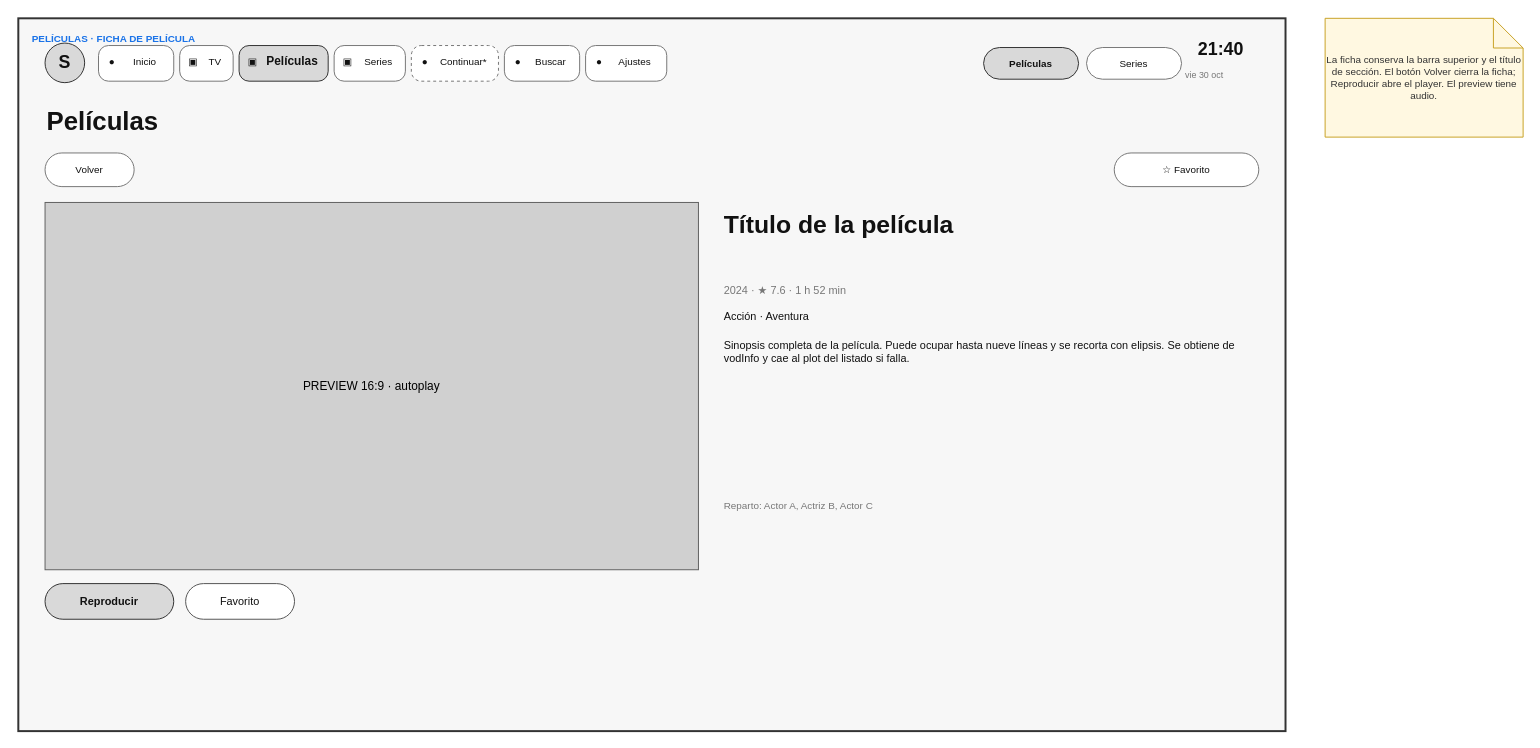
andres3336/streaming keeps this draw.io diagram as page "03 · Películas · ficha" (4 of 5) of design/layouts/PELICULAS.drawio. Above is the earlier version. Source tidied: cells renumbered, new cells numbered last; positions are measured from the earlier drawing's top-left corner, leaving out a move shared by most shapes. Both pictures are drawn from the tidied source at 99%, with x=0, y=0 at pixel (18, 18).
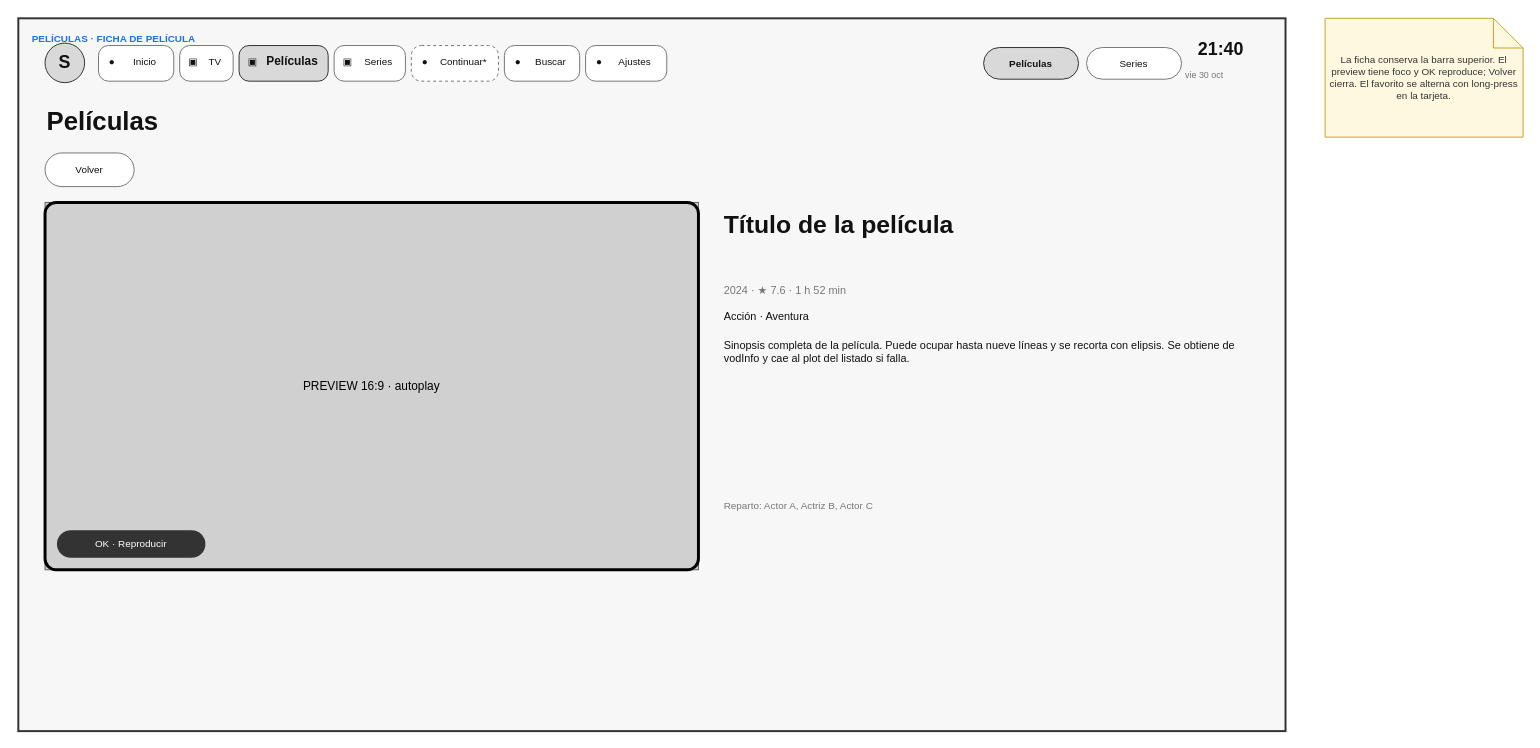
The same page after the edit.

The change refers to these unchanged cells:
```xml
<mxCell id="44" style="group;" parent="4" vertex="1">
  <mxGeometry x="27" y="136" width="1226" height="535" as="geometry" />
</mxCell>
<mxCell id="47" style="group;" parent="44" vertex="1">
  <mxGeometry y="50" width="660" height="485" as="geometry" />
</mxCell>
```

What changed in the source:
```diff
@@
-    <mxCell id="3" parent="0" />
@@
-    <mxCell id="6" value="PELÍCULAS · FICHA DE PELÍCULA" style="text;html=1;whiteSpace=wrap;align=left;verticalAlign=top;fontSize=10;fontStyle=1;fontColor=#1A73E8;fontFamily=Helvetica;" parent="3" vertex="1">
-      <mxGeometry x="12" y="8" width="1256" height="18" as="geometry" />
-    </mxCell>
@@
-    <mxCell id="46" value="☆ Favorito" style="rounded=1;arcSize=50;whiteSpace=wrap;html=1;fillColor=#FFFFFF;strokeColor=#777777;strokeWidth=1;fontSize=10;fontColor=#111111;fontFamily=Helvetica;" parent="44" vertex="1">
-      <mxGeometry x="1080" width="146" height="34" as="geometry" />
-    </mxCell>
@@
-    <mxCell id="49" value="Reproducir" style="rounded=1;arcSize=50;whiteSpace=wrap;html=1;fillColor=#D9D9D9;strokeColor=#333333;strokeWidth=1;fontSize=11;fontColor=#111111;fontFamily=Helvetica;fontStyle=1;" parent="47" vertex="1">
-      <mxGeometry y="385" width="130" height="36" as="geometry" />
-    </mxCell>
-    <mxCell id="50" value="Favorito" style="rounded=1;arcSize=50;whiteSpace=wrap;html=1;fillColor=#FFFFFF;strokeColor=#555555;strokeWidth=1;fontSize=11;fontColor=#111111;fontFamily=Helvetica;" parent="47" vertex="1">
-      <mxGeometry x="142" y="385" width="110" height="36" as="geometry" />
-    </mxCell>
@@
+    <mxCell id="3" parent="0" />
+    <mxCell id="6" value="PELÍCULAS · FICHA DE PELÍCULA" style="text;html=1;whiteSpace=wrap;align=left;verticalAlign=top;fontSize=10;fontStyle=1;fontColor=#1A73E8;fontFamily=Helvetica;" parent="3" vertex="1">
+      <mxGeometry x="12" y="8" width="1256" height="18" as="geometry" />
+    </mxCell>
-    <mxCell id="57" value="La ficha conserva la barra superior y el título de sección. El botón Volver cierra la ficha; Reproducir abre el player. El preview tiene audio." style="shape=note;whiteSpace=wrap;html=1;backgroundOutline=1;fillColor=#FFF8E1;strokeColor=#C9A227;fontSize=10;fontColor=#333333;fontFamily=Helvetica;" parent="3" vertex="1">
+    <mxCell id="57" value="La ficha conserva la barra superior. El preview tiene foco y OK reproduce; Volver cierra. El favorito se alterna con long-press en la tarjeta." style="shape=note;whiteSpace=wrap;html=1;backgroundOutline=1;fillColor=#FFF8E1;strokeColor=#C9A227;fontSize=10;fontColor=#333333;fontFamily=Helvetica;" parent="3" vertex="1">
       <mxGeometry x="1320" width="200" height="120" as="geometry" />
     </mxCell>
+    <mxCell id="58" style="rounded=1;arcSize=3;whiteSpace=wrap;html=1;fillColor=none;strokeColor=#000000;strokeWidth=3;fontFamily=Helvetica;" parent="47" vertex="1">
+      <mxGeometry width="660" height="371" as="geometry" />
+    </mxCell>
+    <mxCell id="59" value="OK · Reproducir" style="rounded=1;arcSize=50;whiteSpace=wrap;html=1;fillColor=#333333;strokeColor=none;fontSize=10;fontColor=#FFFFFF;fontFamily=Helvetica;" parent="47" vertex="1">
+      <mxGeometry x="12" y="331" width="150" height="28" as="geometry" />
+    </mxCell>
```
